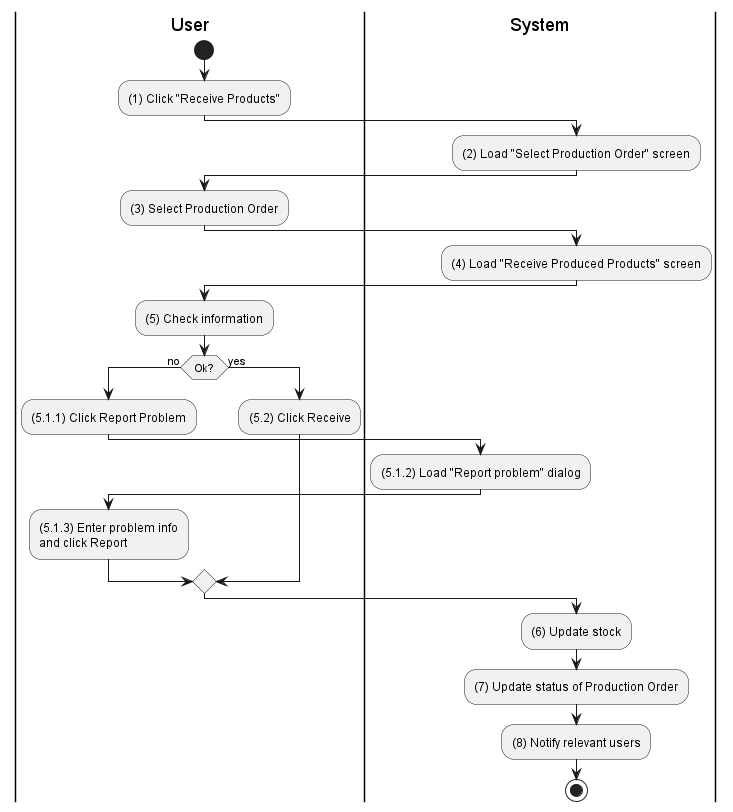
Earlier version of the PlantUML export activities/inventory-product-receive.png (phihungha/scmss-reqs).
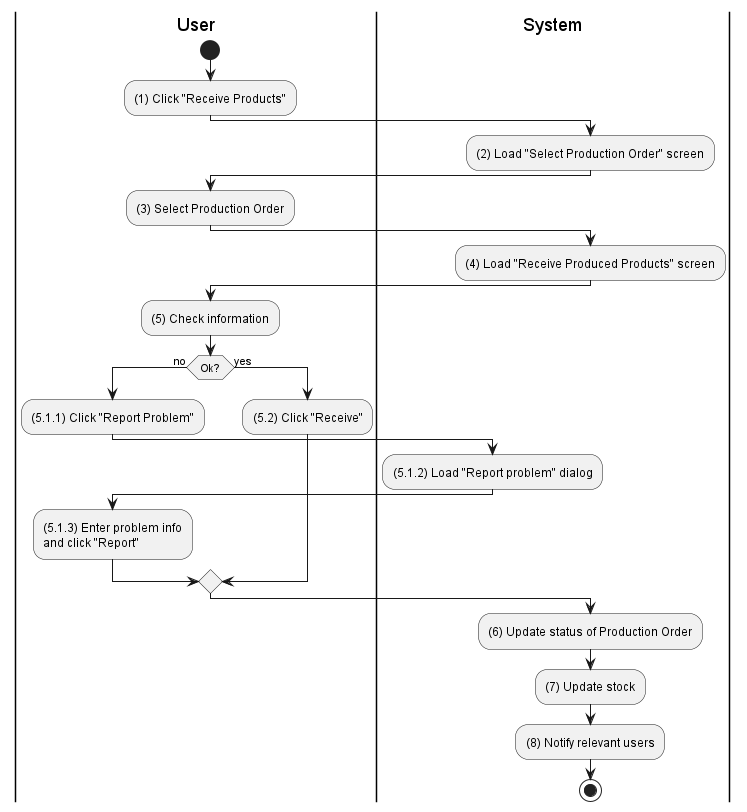
After the change.

What changed in the source:
```diff
@@ -20,21 +20,21 @@
 
 if (Ok?) then (no)
     |u|
-    :(5.1.1) Click Report Problem;
+    :(5.1.1) Click "Report Problem";
 
     |s|
     :(5.1.2) Load "Report problem" dialog;
 
     |u|
-    :(5.1.3) Enter problem info\nand click Report;
+    :(5.1.3) Enter problem info\nand click "Report";
 else (yes)
     |u|
-    :(5.2) Click Receive;
+    :(5.2) Click "Receive";
 endif
 
 |s|
-:(6) Update stock;
-:(7) Update status of Production Order;
+:(6) Update status of Production Order;
+:(7) Update stock;
 :(8) Notify relevant users;
 stop
 @enduml
```
